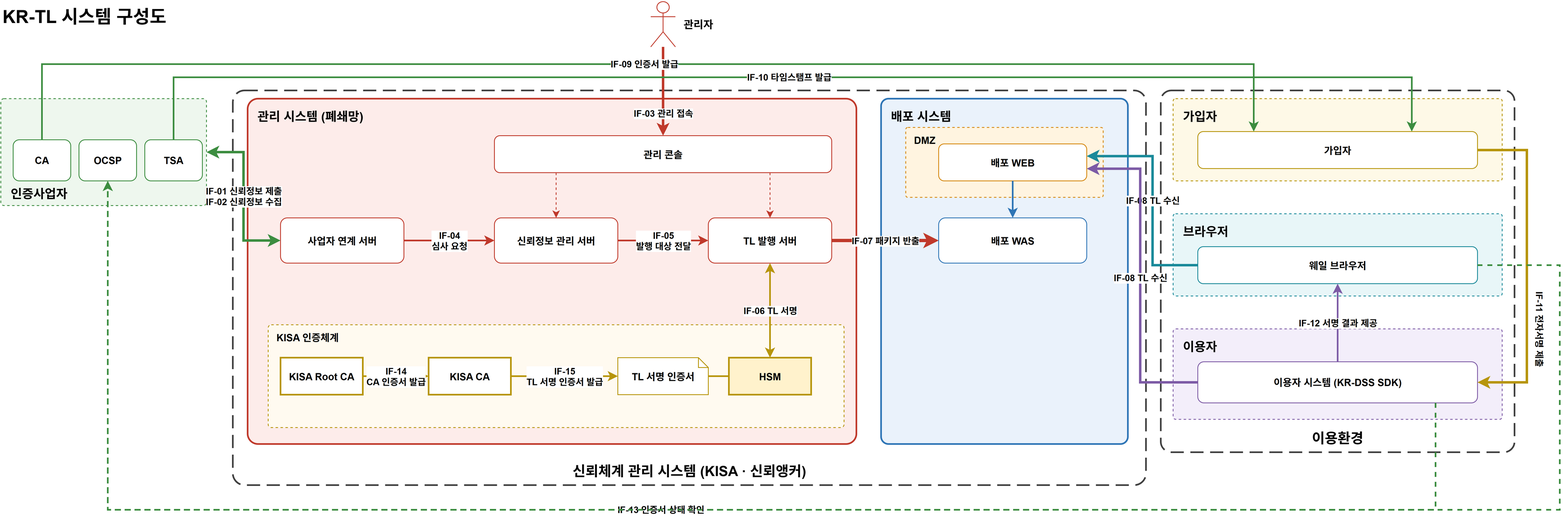
Before: docs/design/KR-TL-관리시스템/diagrams/krtl-system.drawio.png, a diagram exported from draw.io (yongsungkim-electcerti/kr-dss). Source tidied: cells renumbered, new cells last; positions are measured from the earlier drawing's top-left corner, leaving out a move shared by most shapes.
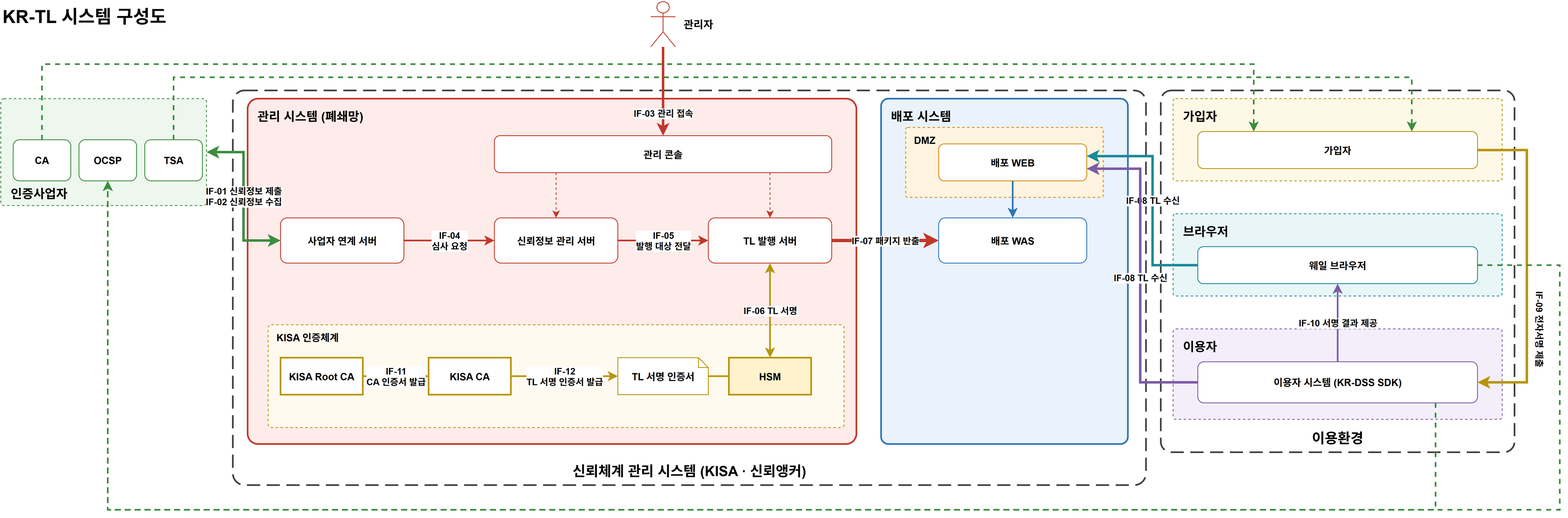
The same diagram one commit later.

What changed in the source:
```diff
@@ -112,10 +112,10 @@
     <mxCell id="36" value="IF-06 TL 서명" style="edgeStyle=orthogonalEdgeStyle;rounded=0;html=1;fontSize=11;fontStyle=1;labelBackgroundColor=#ffffff;strokeColor=#b7950b;strokeWidth=2;exitX=0.5;exitY=1;entryX=0.5;entryY=0;startArrow=classic;" parent="1" edge="1" source="20" target="24">
       <mxGeometry relative="1" as="geometry" />
     </mxCell>
-    <mxCell id="37" value="IF-14&lt;br&gt;CA 인증서 발급" style="edgeStyle=orthogonalEdgeStyle;rounded=0;html=1;fontSize=11;fontStyle=1;labelBackgroundColor=#ffffff;strokeColor=#b7950b;strokeWidth=2;exitX=1;exitY=0.5;entryX=0;entryY=0.5;" parent="1" edge="1" source="21" target="22">
+    <mxCell id="37" value="IF-11&lt;br&gt;CA 인증서 발급" style="edgeStyle=orthogonalEdgeStyle;rounded=0;html=1;fontSize=11;fontStyle=1;labelBackgroundColor=#ffffff;strokeColor=#b7950b;strokeWidth=2;exitX=1;exitY=0.5;entryX=0;entryY=0.5;" parent="1" edge="1" source="21" target="22">
       <mxGeometry relative="1" as="geometry" />
     </mxCell>
-    <mxCell id="38" value="IF-15&lt;br&gt;TL 서명 인증서 발급" style="edgeStyle=orthogonalEdgeStyle;rounded=0;html=1;fontSize=11;fontStyle=1;labelBackgroundColor=#ffffff;strokeColor=#b7950b;strokeWidth=2;exitX=1;exitY=0.5;entryX=0;entryY=0.5;" parent="1" edge="1" source="22" target="23">
+    <mxCell id="38" value="IF-12&lt;br&gt;TL 서명 인증서 발급" style="edgeStyle=orthogonalEdgeStyle;rounded=0;html=1;fontSize=11;fontStyle=1;labelBackgroundColor=#ffffff;strokeColor=#b7950b;strokeWidth=2;exitX=1;exitY=0.5;entryX=0;entryY=0.5;" parent="1" edge="1" source="22" target="23">
       <mxGeometry relative="1" as="geometry" />
     </mxCell>
     <mxCell id="39" style="edgeStyle=orthogonalEdgeStyle;rounded=0;html=1;fontSize=11;fontStyle=1;labelBackgroundColor=#ffffff;strokeColor=#b7950b;strokeWidth=2;exitX=1;exitY=0.5;entryX=0;entryY=0.5;endArrow=none;" parent="1" edge="1" source="23" target="24">
@@ -143,7 +143,7 @@
         </Array>
       </mxGeometry>
     </mxCell>
-    <mxCell id="44" value="IF-09 인증서 발급" style="edgeStyle=orthogonalEdgeStyle;rounded=0;html=1;fontSize=11;fontStyle=1;labelBackgroundColor=#ffffff;strokeColor=#3c8d40;strokeWidth=2;exitX=0.5;exitY=0;entryX=0.2;entryY=0;" parent="1" edge="1" source="13" target="27">
+    <mxCell id="44" style="edgeStyle=orthogonalEdgeStyle;rounded=0;html=1;fontSize=11;fontStyle=1;labelBackgroundColor=#ffffff;strokeColor=#3c8d40;strokeWidth=2;exitX=0.5;exitY=0;entryX=0.2;entryY=0;dashed=1;" parent="1" edge="1" source="13" target="27">
       <mxGeometry relative="1" as="geometry">
         <Array as="points">
           <mxPoint x="50" y="78" />
@@ -151,7 +151,7 @@
         </Array>
       </mxGeometry>
     </mxCell>
-    <mxCell id="45" value="IF-10 타임스탬프 발급" style="edgeStyle=orthogonalEdgeStyle;rounded=0;html=1;fontSize=11;fontStyle=1;labelBackgroundColor=#ffffff;strokeColor=#3c8d40;strokeWidth=2;exitX=0.5;exitY=0;entryX=0.765;entryY=0;" parent="1" edge="1" source="15" target="27">
+    <mxCell id="45" style="edgeStyle=orthogonalEdgeStyle;rounded=0;html=1;fontSize=11;fontStyle=1;labelBackgroundColor=#ffffff;strokeColor=#3c8d40;strokeWidth=2;exitX=0.5;exitY=0;entryX=0.765;entryY=0;dashed=1;" parent="1" edge="1" source="15" target="27">
       <mxGeometry relative="1" as="geometry">
         <Array as="points">
           <mxPoint x="210" y="94" />
@@ -167,13 +167,13 @@
         </Array>
       </mxGeometry>
     </mxCell>
-    <mxCell id="47" value="IF-11 전자서명 제출" style="text;html=1;fontSize=11;fontStyle=1;align=center;verticalAlign=middle;labelBackgroundColor=#ffffff;rotation=90;" parent="1" vertex="1">
+    <mxCell id="47" value="IF-09 전자서명 제출" style="text;html=1;fontSize=11;fontStyle=1;align=center;verticalAlign=middle;labelBackgroundColor=#ffffff;rotation=90;" parent="1" vertex="1">
       <mxGeometry x="1805" y="390" width="130" height="20" as="geometry" />
     </mxCell>
-    <mxCell id="48" value="IF-12 서명 결과 제공" style="edgeStyle=orthogonalEdgeStyle;rounded=0;html=1;fontSize=11;fontStyle=1;labelBackgroundColor=#ffffff;strokeColor=#7d5ba6;strokeWidth=2;exitX=0.5;exitY=0;entryX=0.5;entryY=1;" parent="1" edge="1" source="29" target="28">
+    <mxCell id="48" value="IF-10 서명 결과 제공" style="edgeStyle=orthogonalEdgeStyle;rounded=0;html=1;fontSize=11;fontStyle=1;labelBackgroundColor=#ffffff;strokeColor=#7d5ba6;strokeWidth=2;exitX=0.5;exitY=0;entryX=0.5;entryY=1;" parent="1" edge="1" source="29" target="28">
       <mxGeometry relative="1" as="geometry" />
     </mxCell>
-    <mxCell id="49" value="IF-13 인증서 상태 확인" style="edgeStyle=orthogonalEdgeStyle;rounded=0;html=1;fontSize=11;fontStyle=1;labelBackgroundColor=#ffffff;strokeColor=#3c8d40;strokeWidth=2;exitX=0.85;exitY=1;entryX=0.5;entryY=1;dashed=1;" parent="1" edge="1" source="29" target="14">
+    <mxCell id="49" style="edgeStyle=orthogonalEdgeStyle;rounded=0;html=1;fontSize=11;fontStyle=1;labelBackgroundColor=#ffffff;strokeColor=#3c8d40;strokeWidth=2;exitX=0.85;exitY=1;entryX=0.5;entryY=1;dashed=1;" parent="1" edge="1" source="29" target="14">
       <mxGeometry relative="1" as="geometry">
         <Array as="points">
           <mxPoint x="1744" y="620" />
```
